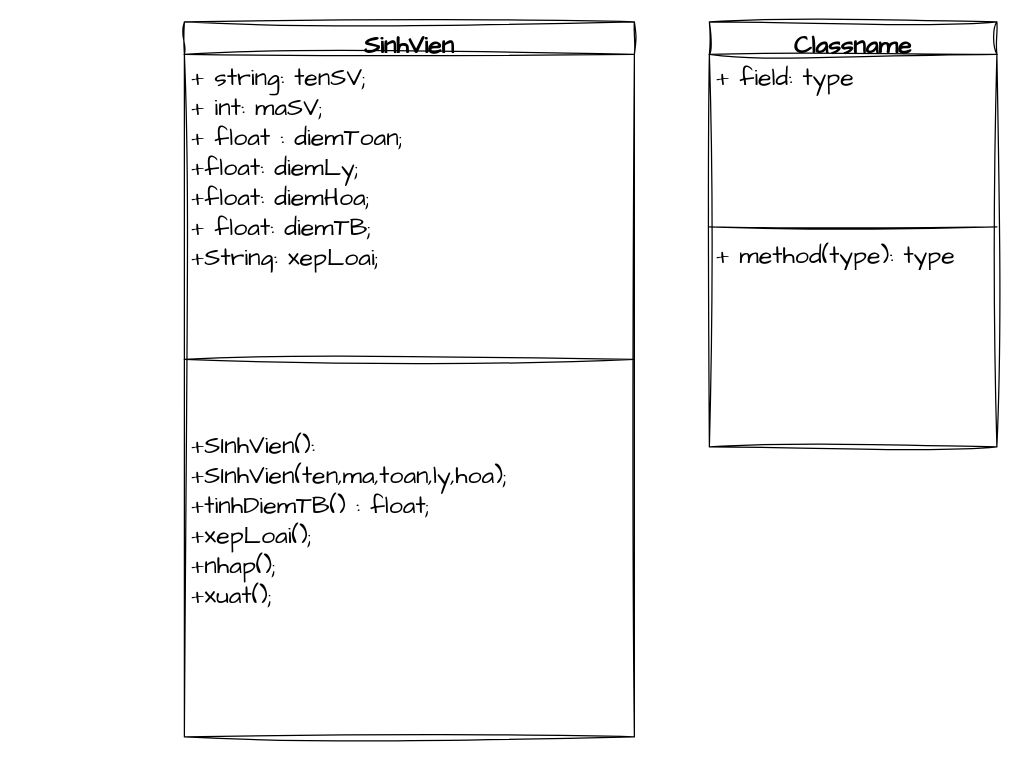
Earlier version of the draw.io diagram QLSV-ver1.drawio (vohaiyen305/nhap-mon-cntt). Source tidied: cells renumbered, new cells numbered last; positions are measured from the earlier drawing's top-left corner, leaving out a move shared by most shapes. Both pictures are drawn from the tidied source at 125%, with x=0, y=0 at pixel (184, 21).
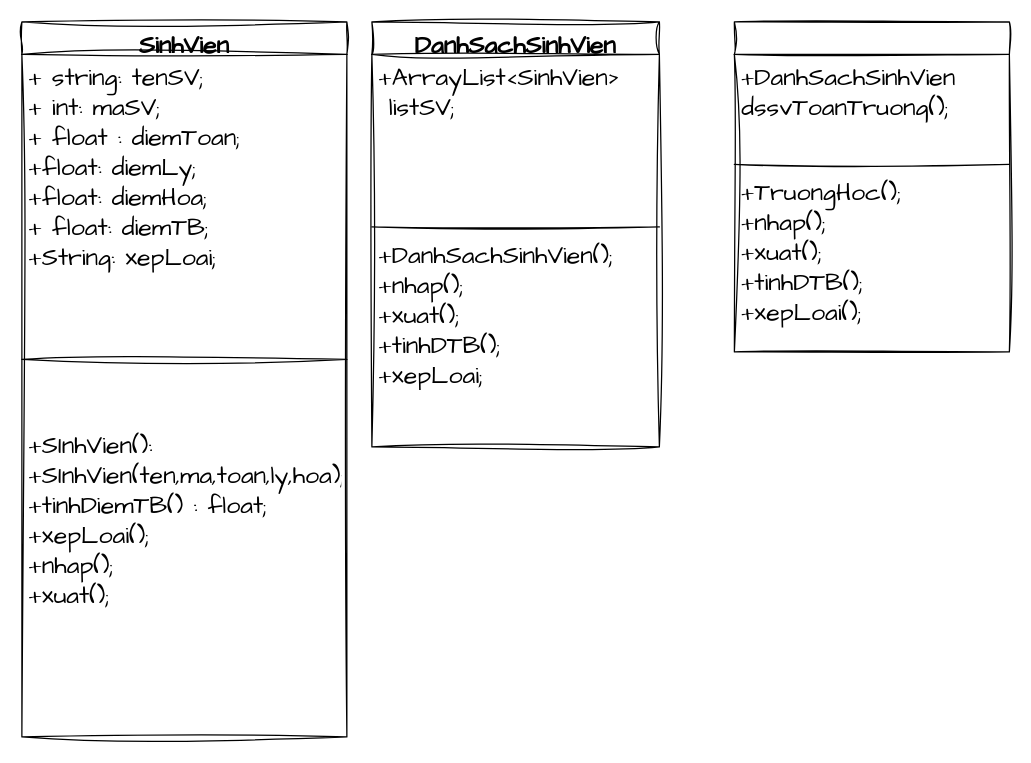
The same diagram, later.

Commit message:
Cập nhật QLSV-ver1.drawio

What changed in the source:
```diff
@@
 <mxGraphModel>
   <root>
     <mxCell id="0" />
     <mxCell id="1" parent="0" />
     <mxCell id="2" value="SinhVien" style="swimlane;fontStyle=1;align=center;verticalAlign=top;horizontal=1;startSize=26;whiteSpace=wrap;html=1;sketch=1;hachureGap=4;jiggle=2;curveFitting=1;fontFamily=Architects Daughter;fontSize=20;" parent="1" vertex="1">
-      <mxGeometry width="360" height="572" as="geometry" />
+      <mxGeometry x="-130" width="260" height="572" as="geometry" />
     </mxCell>
     <mxCell id="3" value="+ string: tenSV;&amp;nbsp;&lt;br&gt;+ int: maSV;&lt;br&gt;+ float : diemToan;&lt;br&gt;+float: diemLy;&lt;br&gt;+float: diemHoa;&lt;br&gt;+ float: diemTB;&lt;br&gt;+String: xepLoai;" style="text;strokeColor=none;fillColor=none;align=left;verticalAlign=top;spacingLeft=4;spacingRight=4;overflow=hidden;whiteSpace=wrap;html=1;fontSize=20;fontFamily=Architects Daughter;" parent="2" vertex="1">
-      <mxGeometry y="26" width="360" height="194" as="geometry" />
+      <mxGeometry y="26" width="260" height="194" as="geometry" />
     </mxCell>
     <mxCell id="4" style="line;strokeWidth=1;fillColor=none;align=left;verticalAlign=middle;spacingTop=-1;spacingLeft=3;spacingRight=3;labelPosition=right;strokeColor=inherit;sketch=1;hachureGap=4;jiggle=2;curveFitting=1;fontFamily=Architects Daughter;fontSize=20;" parent="2" vertex="1">
-      <mxGeometry y="220" width="360" height="100" as="geometry" />
+      <mxGeometry y="220" width="260" height="100" as="geometry" />
     </mxCell>
     <mxCell id="5" value="+SInhVien():&lt;br&gt;+SInhVien(ten,ma,toan,ly,hoa);&lt;br&gt;+tinhDiemTB() : float;&lt;br&gt;+xepLoai();&lt;br&gt;+nhap();&lt;br&gt;+xuat();&lt;br&gt;&amp;nbsp;" style="text;strokeColor=none;fillColor=none;align=left;verticalAlign=top;spacingLeft=4;spacingRight=4;overflow=hidden;whiteSpace=wrap;html=1;fontSize=20;fontFamily=Architects Daughter;" parent="2" vertex="1">
-      <mxGeometry y="320" width="360" height="252" as="geometry" />
+      <mxGeometry y="320" width="260" height="252" as="geometry" />
     </mxCell>
-    <mxCell id="6" value="Classname" style="swimlane;fontStyle=1;align=center;verticalAlign=top;horizontal=1;startSize=26;whiteSpace=wrap;html=1;sketch=1;hachureGap=4;jiggle=2;curveFitting=1;fontFamily=Architects Daughter;fontSize=20;" parent="1" vertex="1">
-      <mxGeometry x="420" width="230" height="340" as="geometry" />
+    <mxCell id="6" value="DanhSachSinhVien" style="swimlane;fontStyle=1;align=center;verticalAlign=top;horizontal=1;startSize=26;whiteSpace=wrap;html=1;sketch=1;hachureGap=4;jiggle=2;curveFitting=1;fontFamily=Architects Daughter;fontSize=20;" parent="1" vertex="1">
+      <mxGeometry x="150" width="230" height="340" as="geometry" />
     </mxCell>
-    <mxCell id="7" value="+ field: type&lt;br&gt;&lt;br&gt;&lt;br&gt;" style="text;strokeColor=none;fillColor=none;align=left;verticalAlign=top;spacingLeft=4;spacingRight=4;overflow=hidden;whiteSpace=wrap;html=1;fontSize=20;fontFamily=Architects Daughter;" parent="6" vertex="1">
+    <mxCell id="7" value="+ArrayList&amp;lt;SinhVien&amp;gt;&lt;br&gt;&amp;nbsp;listSV;" style="text;strokeColor=none;fillColor=none;align=left;verticalAlign=top;spacingLeft=4;spacingRight=4;overflow=hidden;whiteSpace=wrap;html=1;fontSize=20;fontFamily=Architects Daughter;" parent="6" vertex="1">
       <mxGeometry y="26" width="230" height="134" as="geometry" />
     </mxCell>
     <mxCell id="8" style="line;strokeWidth=1;fillColor=none;align=left;verticalAlign=middle;spacingTop=-1;spacingLeft=3;spacingRight=3;labelPosition=right;strokeColor=inherit;sketch=1;hachureGap=4;jiggle=2;curveFitting=1;fontFamily=Architects Daughter;fontSize=20;" parent="6" vertex="1">
       <mxGeometry y="160" width="230" height="8" as="geometry" />
     </mxCell>
-    <mxCell id="9" value="+ method(type): type" style="text;strokeColor=none;fillColor=none;align=left;verticalAlign=top;spacingLeft=4;spacingRight=4;overflow=hidden;whiteSpace=wrap;html=1;fontSize=20;fontFamily=Architects Daughter;" parent="6" vertex="1">
+    <mxCell id="9" value="+DanhSachSinhVien();&lt;br&gt;+nhap();&lt;br&gt;+xuat();&lt;br&gt;+tinhDTB();&lt;br&gt;+xepLoai;" style="text;strokeColor=none;fillColor=none;align=left;verticalAlign=top;spacingLeft=4;spacingRight=4;overflow=hidden;whiteSpace=wrap;html=1;fontSize=20;fontFamily=Architects Daughter;" parent="6" vertex="1">
       <mxGeometry y="168" width="230" height="172" as="geometry" />
     </mxCell>
+    <mxCell id="10" style="swimlane;fontStyle=1;align=center;verticalAlign=top;horizontal=1;startSize=26;whiteSpace=wrap;html=1;sketch=1;hachureGap=4;jiggle=2;curveFitting=1;fontFamily=Architects Daughter;fontSize=20;" parent="1" vertex="1">
+      <mxGeometry x="440" width="220" height="264" as="geometry" />
+    </mxCell>
+    <mxCell id="11" value="+DanhSachSinhVien dssvToanTruong();" style="text;strokeColor=none;fillColor=none;align=left;verticalAlign=top;spacingLeft=4;spacingRight=4;overflow=hidden;whiteSpace=wrap;html=1;fontSize=20;fontFamily=Architects Daughter;" parent="10" vertex="1">
+      <mxGeometry y="26" width="220" height="84" as="geometry" />
+    </mxCell>
+    <mxCell id="12" style="line;strokeWidth=1;fillColor=none;align=left;verticalAlign=middle;spacingTop=-1;spacingLeft=3;spacingRight=3;labelPosition=right;strokeColor=inherit;sketch=1;hachureGap=4;jiggle=2;curveFitting=1;fontFamily=Architects Daughter;fontSize=20;" parent="10" vertex="1">
+      <mxGeometry y="110" width="220" height="8" as="geometry" />
+    </mxCell>
+    <mxCell id="13" value="+TruongHoc();&lt;br&gt;+nhap();&lt;br&gt;+xuat();&lt;br&gt;+tinhDTB();&lt;br&gt;+xepLoai();" style="text;strokeColor=none;fillColor=none;align=left;verticalAlign=top;spacingLeft=4;spacingRight=4;overflow=hidden;whiteSpace=wrap;html=1;fontSize=20;fontFamily=Architects Daughter;" parent="10" vertex="1">
+      <mxGeometry y="118" width="220" height="146" as="geometry" />
+    </mxCell>
   </root>
 </mxGraphModel>
```
